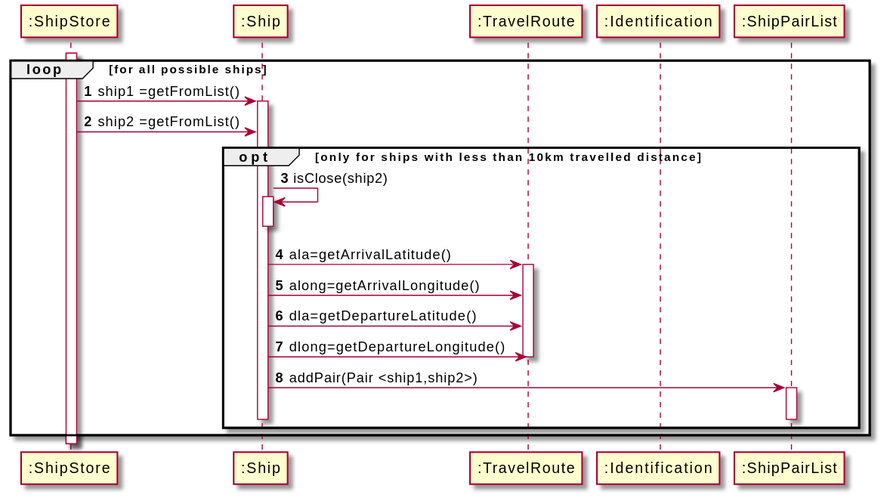
The PlantUML diagram docs/US107/US_107_SD.svg in RuiRioPina/CargoMaster, before a commit.
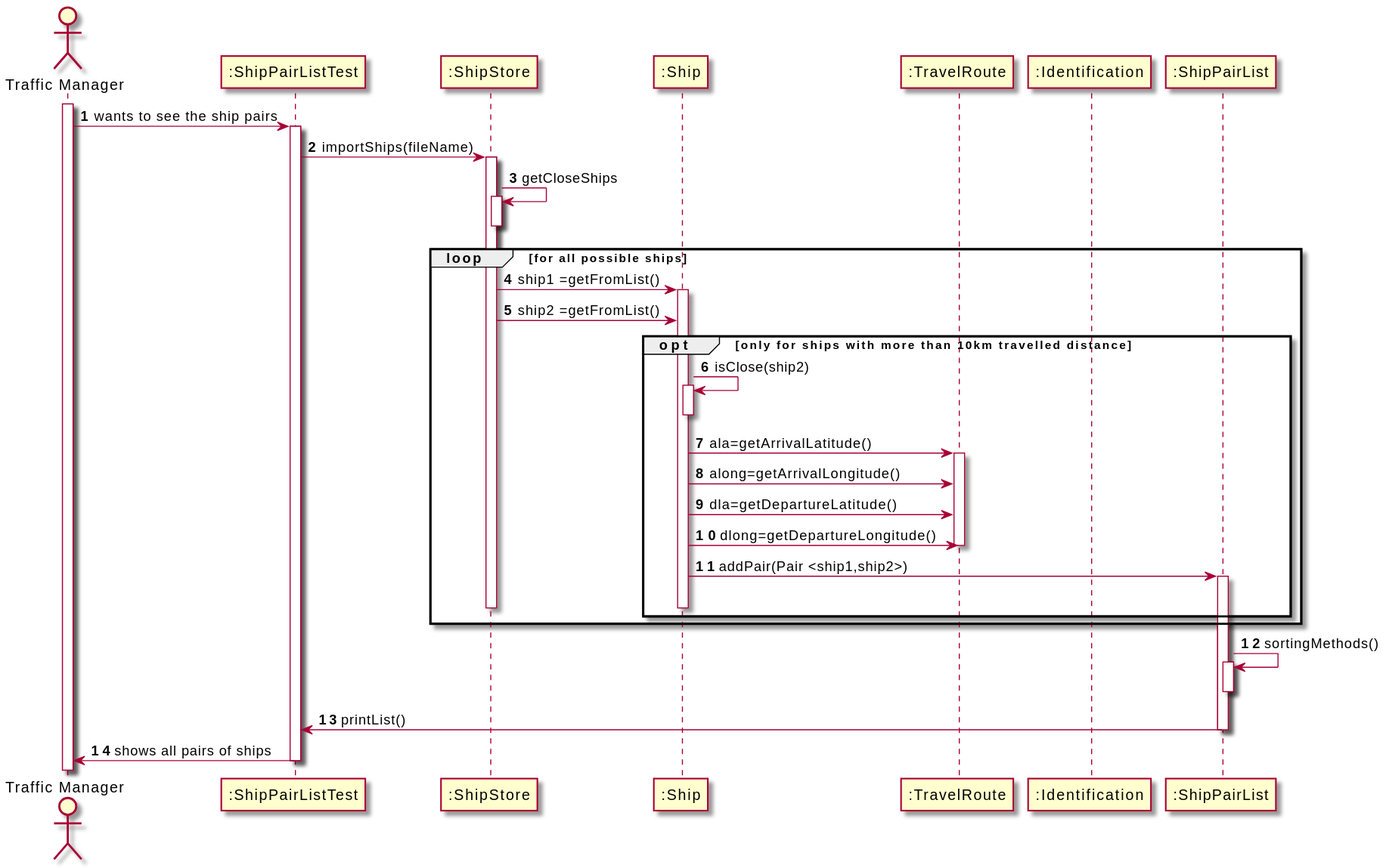
After the commit.

Change to the diagram source:
```diff
@@ -1,16 +1,25 @@
 @startuml
 autonumber
+actor "Traffic Manager" as TM
+participant ":ShipPairListTest" as SPLT
 participant ":ShipStore" as SS
 participant ":Ship" as S
 participant ":TravelRoute" as TR
 participant ":Identification" as ID
 participant ":ShipPairList" as SPL
+activate TM
+TM -> SPLT : wants to see the ship pairs
+activate SPLT
+SPLT-> SS:importShips(fileName)
+activate SS
+SS ->SS :getCloseShips
+activate SS
+deactivate SS
 loop for all possible ships
-activate SS
 SS -> S : ship1 =getFromList()
 activate S
 SS -> S : ship2 =getFromList()
-opt only for ships with less than 10km travelled distance
+opt only for ships with more than 10km travelled distance
 S -> S : isClose(ship2)
 activate S
 deactivate S
@@ -23,7 +32,14 @@
 S -> SPL : addPair(Pair <ship1,ship2>)
 activate SPL
 deactivate S
-deactivate SPL
+deactivate SS
 end loop
 end opt
+SPL -> SPL : sortingMethods()
+activate SPL
+deactivate SPL
+SPL ->SPLT :printList()
+deactivate SPL
+SPLT -> TM: shows all pairs of ships
+deactivate SPLT
 @enduml
```
